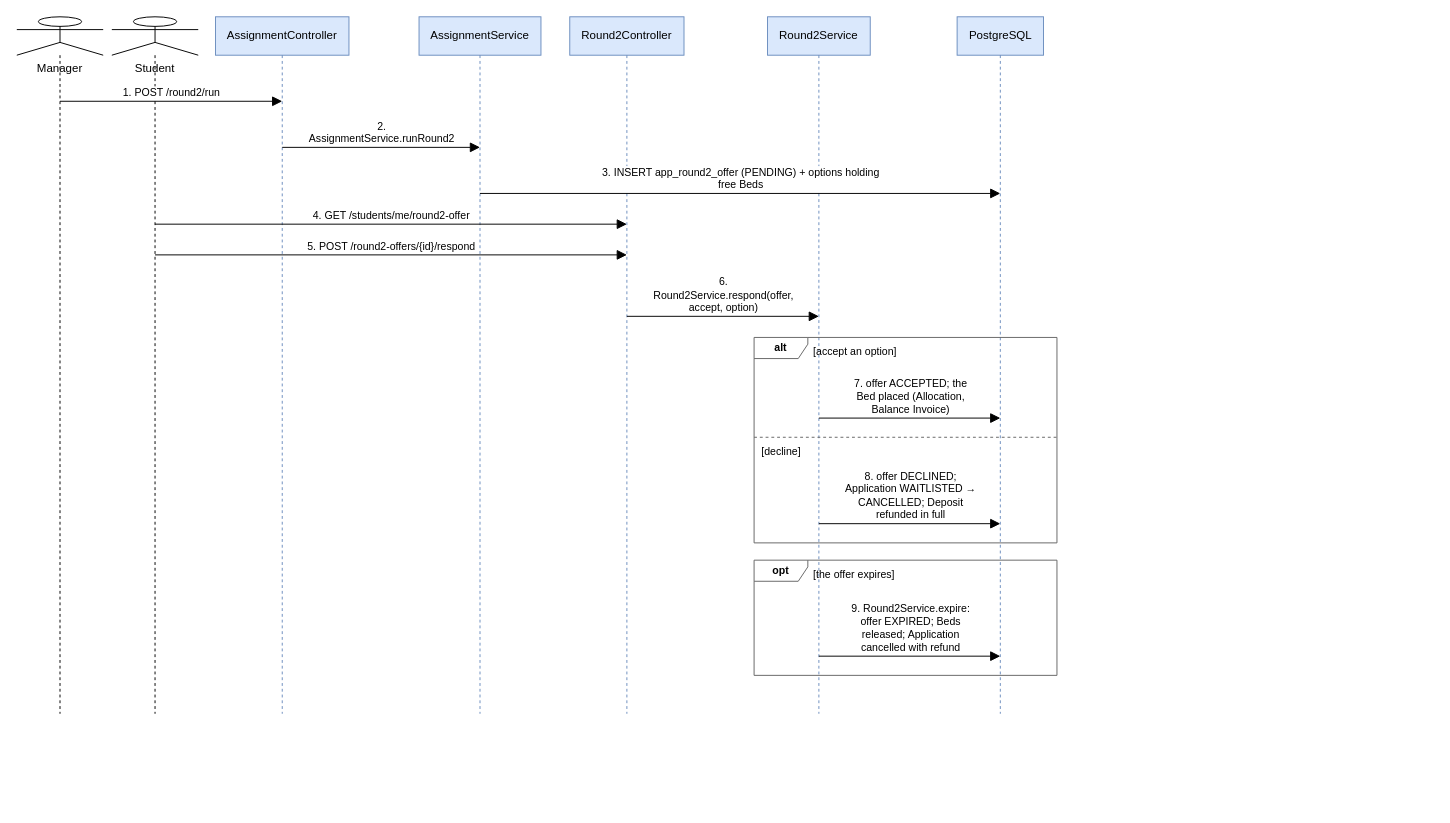
Before: docs/Diagrams/07_Sequence/seq-06-round2-offer.drawio in tisou47/CampusStay-FPT, a draw.io diagram. Source tidied: cells renumbered, new cells numbered last; positions are measured from the earlier drawing's top-left corner, leaving out a move shared by most shapes. Both pictures are drawn from the tidied source at 96%, with x=0, y=0 at pixel (16, 16).
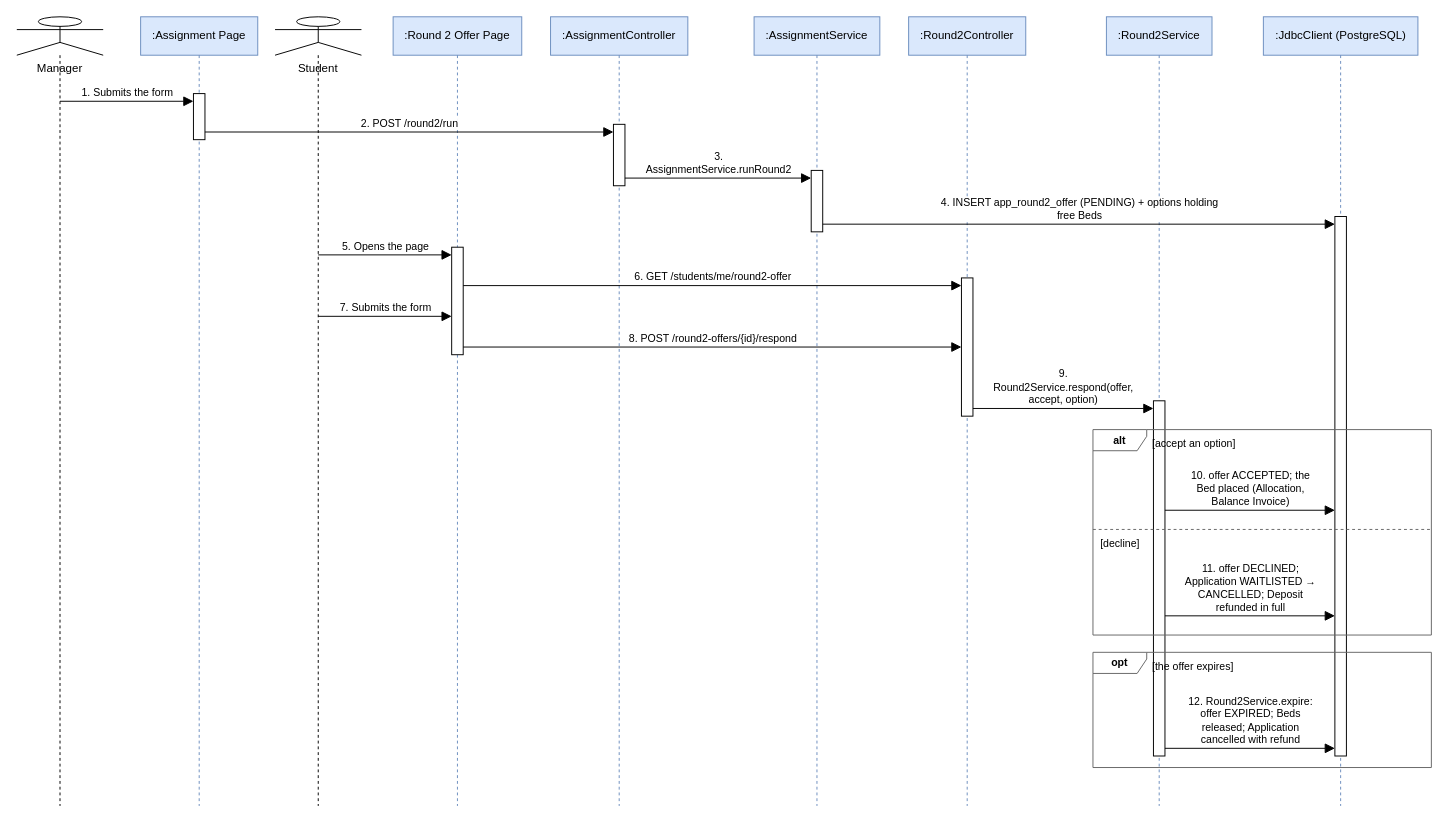
After the change.

What changed in the source:
```diff
@@
     <mxCell id="2" value="Manager" style="shape=umlLifeline;participant=umlActor;perimeter=lifelinePerimeter;size=40;verticalAlign=top;spacingTop=40;html=1;whiteSpace=wrap;fontSize=12;fontFamily=Helvetica;" parent="1" vertex="1">
-      <mxGeometry width="90" height="726" as="geometry" />
+      <mxGeometry width="90" height="822" as="geometry" />
     </mxCell>
+    <mxCell id="24" value=":Assignment Page" style="shape=umlLifeline;perimeter=lifelinePerimeter;size=40;html=1;whiteSpace=wrap;fontSize=12;fontFamily=Helvetica;fillColor=#dae8fc;strokeColor=#6c8ebf;" parent="1" vertex="1">
+      <mxGeometry x="129" width="122" height="822" as="geometry" />
+    </mxCell>
     <mxCell id="3" value="Student" style="shape=umlLifeline;participant=umlActor;perimeter=lifelinePerimeter;size=40;verticalAlign=top;spacingTop=40;html=1;whiteSpace=wrap;fontSize=12;fontFamily=Helvetica;" parent="1" vertex="1">
-      <mxGeometry x="99" width="90" height="726" as="geometry" />
+      <mxGeometry x="269" width="90" height="822" as="geometry" />
     </mxCell>
+    <mxCell id="25" value=":Round 2 Offer Page" style="shape=umlLifeline;perimeter=lifelinePerimeter;size=40;html=1;whiteSpace=wrap;fontSize=12;fontFamily=Helvetica;fillColor=#dae8fc;strokeColor=#6c8ebf;" parent="1" vertex="1">
+      <mxGeometry x="392" width="134" height="822" as="geometry" />
+    </mxCell>
-    <mxCell id="4" value="AssignmentController" style="shape=umlLifeline;perimeter=lifelinePerimeter;size=40;html=1;whiteSpace=wrap;fontSize=12;fontFamily=Helvetica;fillColor=#dae8fc;strokeColor=#6c8ebf;" parent="1" vertex="1">
-      <mxGeometry x="207" width="139" height="726" as="geometry" />
+    <mxCell id="4" value=":AssignmentController" style="shape=umlLifeline;perimeter=lifelinePerimeter;size=40;html=1;whiteSpace=wrap;fontSize=12;fontFamily=Helvetica;fillColor=#dae8fc;strokeColor=#6c8ebf;" parent="1" vertex="1">
+      <mxGeometry x="556" width="143" height="822" as="geometry" />
     </mxCell>
-    <mxCell id="5" value="AssignmentService" style="shape=umlLifeline;perimeter=lifelinePerimeter;size=40;html=1;whiteSpace=wrap;fontSize=12;fontFamily=Helvetica;fillColor=#dae8fc;strokeColor=#6c8ebf;" parent="1" vertex="1">
-      <mxGeometry x="419" width="127" height="726" as="geometry" />
+    <mxCell id="5" value=":AssignmentService" style="shape=umlLifeline;perimeter=lifelinePerimeter;size=40;html=1;whiteSpace=wrap;fontSize=12;fontFamily=Helvetica;fillColor=#dae8fc;strokeColor=#6c8ebf;" parent="1" vertex="1">
+      <mxGeometry x="768" width="131" height="822" as="geometry" />
     </mxCell>
-    <mxCell id="6" value="Round2Controller" style="shape=umlLifeline;perimeter=lifelinePerimeter;size=40;html=1;whiteSpace=wrap;fontSize=12;fontFamily=Helvetica;fillColor=#dae8fc;strokeColor=#6c8ebf;" parent="1" vertex="1">
-      <mxGeometry x="576" width="119" height="726" as="geometry" />
+    <mxCell id="6" value=":Round2Controller" style="shape=umlLifeline;perimeter=lifelinePerimeter;size=40;html=1;whiteSpace=wrap;fontSize=12;fontFamily=Helvetica;fillColor=#dae8fc;strokeColor=#6c8ebf;" parent="1" vertex="1">
+      <mxGeometry x="929" width="122" height="822" as="geometry" />
     </mxCell>
-    <mxCell id="7" value="Round2Service" style="shape=umlLifeline;perimeter=lifelinePerimeter;size=40;html=1;whiteSpace=wrap;fontSize=12;fontFamily=Helvetica;fillColor=#dae8fc;strokeColor=#6c8ebf;" parent="1" vertex="1">
-      <mxGeometry x="782" width="107" height="726" as="geometry" />
+    <mxCell id="7" value=":Round2Service" style="shape=umlLifeline;perimeter=lifelinePerimeter;size=40;html=1;whiteSpace=wrap;fontSize=12;fontFamily=Helvetica;fillColor=#dae8fc;strokeColor=#6c8ebf;" parent="1" vertex="1">
+      <mxGeometry x="1135" width="110" height="822" as="geometry" />
     </mxCell>
-    <mxCell id="8" value="PostgreSQL" style="shape=umlLifeline;perimeter=lifelinePerimeter;size=40;html=1;whiteSpace=wrap;fontSize=12;fontFamily=Helvetica;fillColor=#dae8fc;strokeColor=#6c8ebf;" parent="1" vertex="1">
-      <mxGeometry x="979.5" width="90" height="726" as="geometry" />
+    <mxCell id="8" value=":JdbcClient (PostgreSQL)" style="shape=umlLifeline;perimeter=lifelinePerimeter;size=40;html=1;whiteSpace=wrap;fontSize=12;fontFamily=Helvetica;fillColor=#dae8fc;strokeColor=#6c8ebf;" parent="1" vertex="1">
+      <mxGeometry x="1298.5" width="161" height="822" as="geometry" />
     </mxCell>
-    <mxCell id="9" value="1. POST /round2/run" style="html=1;rounded=1;fontSize=11;fontFamily=Helvetica;labelBackgroundColor=#ffffff;verticalAlign=bottom;endArrow=block;endFill=1;endSize=8;" parent="1" edge="1">
-      <mxGeometry relative="1" as="geometry">
-        <mxPoint x="45" y="88" as="sourcePoint" />
-        <mxPoint x="276.5" y="88" as="targetPoint" />
-      </mxGeometry>
+    <mxCell id="9" style="rounded=0;whiteSpace=wrap;html=1;fillColor=#FFFFFF;strokeColor=#000000;" parent="1" vertex="1">
+      <mxGeometry x="184" y="80" width="12" height="48" as="geometry" />
     </mxCell>
-    <mxCell id="10" value="2.&lt;br&gt;AssignmentService.runRound2" style="html=1;rounded=1;fontSize=11;fontFamily=Helvetica;labelBackgroundColor=#ffffff;verticalAlign=bottom;endArrow=block;endFill=1;endSize=8;" parent="1" edge="1">
-      <mxGeometry relative="1" as="geometry">
-        <mxPoint x="276.5" y="136" as="sourcePoint" />
-        <mxPoint x="482.5" y="136" as="targetPoint" />
-      </mxGeometry>
+    <mxCell id="10" style="rounded=0;whiteSpace=wrap;html=1;fillColor=#FFFFFF;strokeColor=#000000;" parent="1" vertex="1">
+      <mxGeometry x="621.5" y="112" width="12" height="64" as="geometry" />
     </mxCell>
-    <mxCell id="11" value="3. INSERT app_round2_offer (PENDING) + options holding&lt;br&gt;free Beds" style="html=1;rounded=1;fontSize=11;fontFamily=Helvetica;labelBackgroundColor=#ffffff;verticalAlign=bottom;endArrow=block;endFill=1;endSize=8;" parent="1" edge="1">
-      <mxGeometry relative="1" as="geometry">
-        <mxPoint x="482.5" y="184" as="sourcePoint" />
-        <mxPoint x="1024.5" y="184" as="targetPoint" />
-      </mxGeometry>
+    <mxCell id="11" style="rounded=0;whiteSpace=wrap;html=1;fillColor=#FFFFFF;strokeColor=#000000;" parent="1" vertex="1">
+      <mxGeometry x="827.5" y="160" width="12" height="64" as="geometry" />
     </mxCell>
-    <mxCell id="12" value="4. GET /students/me/round2-offer" style="html=1;rounded=1;fontSize=11;fontFamily=Helvetica;labelBackgroundColor=#ffffff;verticalAlign=bottom;endArrow=block;endFill=1;endSize=8;" parent="1" edge="1">
-      <mxGeometry relative="1" as="geometry">
-        <mxPoint x="144" y="216" as="sourcePoint" />
-        <mxPoint x="635.5" y="216" as="targetPoint" />
-      </mxGeometry>
+    <mxCell id="12" style="rounded=0;whiteSpace=wrap;html=1;fillColor=#FFFFFF;strokeColor=#000000;" parent="1" vertex="1">
+      <mxGeometry x="1373" y="208" width="12" height="562" as="geometry" />
     </mxCell>
-    <mxCell id="13" value="5. POST /round2-offers/{id}/respond" style="html=1;rounded=1;fontSize=11;fontFamily=Helvetica;labelBackgroundColor=#ffffff;verticalAlign=bottom;endArrow=block;endFill=1;endSize=8;" parent="1" edge="1">
-      <mxGeometry relative="1" as="geometry">
-        <mxPoint x="144" y="248" as="sourcePoint" />
-        <mxPoint x="635.5" y="248" as="targetPoint" />
-      </mxGeometry>
+    <mxCell id="13" style="rounded=0;whiteSpace=wrap;html=1;fillColor=#FFFFFF;strokeColor=#000000;" parent="1" vertex="1">
+      <mxGeometry x="453" y="240" width="12" height="112" as="geometry" />
     </mxCell>
-    <mxCell id="14" value="6.&lt;br&gt;Round2Service.respond(offer,&lt;br&gt;accept, option)" style="html=1;rounded=1;fontSize=11;fontFamily=Helvetica;labelBackgroundColor=#ffffff;verticalAlign=bottom;endArrow=block;endFill=1;endSize=8;" parent="1" edge="1">
-      <mxGeometry relative="1" as="geometry">
-        <mxPoint x="635.5" y="312" as="sourcePoint" />
-        <mxPoint x="835.5" y="312" as="targetPoint" />
-      </mxGeometry>
+    <mxCell id="14" style="rounded=0;whiteSpace=wrap;html=1;fillColor=#FFFFFF;strokeColor=#000000;" parent="1" vertex="1">
+      <mxGeometry x="984" y="272" width="12" height="144" as="geometry" />
     </mxCell>
-    <mxCell id="15" value="7. offer ACCEPTED; the&lt;br&gt;Bed placed (Allocation,&lt;br&gt;Balance Invoice)" style="html=1;rounded=1;fontSize=11;fontFamily=Helvetica;labelBackgroundColor=#ffffff;verticalAlign=bottom;endArrow=block;endFill=1;endSize=8;" parent="1" edge="1">
-      <mxGeometry relative="1" as="geometry">
-        <mxPoint x="835.5" y="418" as="sourcePoint" />
-        <mxPoint x="1024.5" y="418" as="targetPoint" />
-      </mxGeometry>
+    <mxCell id="15" style="rounded=0;whiteSpace=wrap;html=1;fillColor=#FFFFFF;strokeColor=#000000;" parent="1" vertex="1">
+      <mxGeometry x="1184" y="400" width="12" height="370" as="geometry" />
     </mxCell>
-    <mxCell id="16" value="8. offer DECLINED;&lt;br&gt;Application WAITLISTED →&lt;br&gt;CANCELLED; Deposit&lt;br&gt;refunded in full" style="html=1;rounded=1;fontSize=11;fontFamily=Helvetica;labelBackgroundColor=#ffffff;verticalAlign=bottom;endArrow=block;endFill=1;endSize=8;" parent="1" edge="1">
+    <mxCell id="16" value="1. Submits the form" style="html=1;rounded=1;fontSize=11;fontFamily=Helvetica;labelBackgroundColor=#ffffff;verticalAlign=bottom;endArrow=block;endFill=1;endSize=8;" parent="1" edge="1">
       <mxGeometry relative="1" as="geometry">
-        <mxPoint x="835.5" y="528" as="sourcePoint" />
-        <mxPoint x="1024.5" y="528" as="targetPoint" />
+        <mxPoint x="45" y="88" as="sourcePoint" />
+        <mxPoint x="184" y="88" as="targetPoint" />
       </mxGeometry>
     </mxCell>
-    <mxCell id="17" value="alt" style="shape=umlFrame;whiteSpace=wrap;html=1;width=56;height=22;fontSize=11;fontStyle=1;fillColor=none;strokeColor=#666666;" parent="1" vertex="1">
-      <mxGeometry x="768" y="334" width="315.5" height="214" as="geometry" />
+    <mxCell id="17" value="2. POST /round2/run" style="html=1;rounded=1;fontSize=11;fontFamily=Helvetica;labelBackgroundColor=#ffffff;verticalAlign=bottom;endArrow=block;endFill=1;endSize=8;" parent="1" edge="1">
+      <mxGeometry relative="1" as="geometry">
+        <mxPoint x="196" y="120" as="sourcePoint" />
+        <mxPoint x="621.5" y="120" as="targetPoint" />
+      </mxGeometry>
     </mxCell>
-    <mxCell id="18" value="[accept an option]" style="text;html=1;whiteSpace=wrap;fontSize=12;fontFamily=Helvetica;align=left;verticalAlign=top;fillColor=none;strokeColor=none;fontSize=11;" parent="1" vertex="1">
-      <mxGeometry x="828" y="336" width="118.1" height="20" as="geometry" />
+    <mxCell id="18" value="3.&lt;br&gt;AssignmentService.runRound2" style="html=1;rounded=1;fontSize=11;fontFamily=Helvetica;labelBackgroundColor=#ffffff;verticalAlign=bottom;endArrow=block;endFill=1;endSize=8;" parent="1" edge="1">
+      <mxGeometry relative="1" as="geometry">
+        <mxPoint x="633.5" y="168" as="sourcePoint" />
+        <mxPoint x="827.5" y="168" as="targetPoint" />
+      </mxGeometry>
     </mxCell>
-    <mxCell id="19" style="html=1;rounded=1;fontSize=11;fontFamily=Helvetica;labelBackgroundColor=#ffffff;endArrow=none;dashed=1;strokeColor=#666666;" parent="1" edge="1">
+    <mxCell id="19" value="4. INSERT app_round2_offer (PENDING) + options holding&lt;br&gt;free Beds" style="html=1;rounded=1;fontSize=11;fontFamily=Helvetica;labelBackgroundColor=#ffffff;verticalAlign=bottom;endArrow=block;endFill=1;endSize=8;" parent="1" edge="1">
       <mxGeometry relative="1" as="geometry">
-        <mxPoint x="768" y="438" as="sourcePoint" />
-        <mxPoint x="1083.5" y="438" as="targetPoint" />
+        <mxPoint x="839.5" y="216" as="sourcePoint" />
+        <mxPoint x="1373" y="216" as="targetPoint" />
       </mxGeometry>
     </mxCell>
-    <mxCell id="20" value="[decline]" style="text;html=1;whiteSpace=wrap;fontSize=12;fontFamily=Helvetica;align=left;verticalAlign=top;fillColor=none;strokeColor=none;fontSize=11;" parent="1" vertex="1">
-      <mxGeometry x="774" y="440" width="68" height="20" as="geometry" />
+    <mxCell id="20" value="5. Opens the page" style="html=1;rounded=1;fontSize=11;fontFamily=Helvetica;labelBackgroundColor=#ffffff;verticalAlign=bottom;endArrow=block;endFill=1;endSize=8;" parent="1" edge="1">
+      <mxGeometry relative="1" as="geometry">
+        <mxPoint x="314" y="248" as="sourcePoint" />
+        <mxPoint x="453" y="248" as="targetPoint" />
+      </mxGeometry>
     </mxCell>
-    <mxCell id="21" value="9. Round2Service.expire:&lt;br&gt;offer EXPIRED; Beds&lt;br&gt;released; Application&lt;br&gt;cancelled with refund" style="html=1;rounded=1;fontSize=11;fontFamily=Helvetica;labelBackgroundColor=#ffffff;verticalAlign=bottom;endArrow=block;endFill=1;endSize=8;" parent="1" edge="1">
+    <mxCell id="21" value="6. GET /students/me/round2-offer" style="html=1;rounded=1;fontSize=11;fontFamily=Helvetica;labelBackgroundColor=#ffffff;verticalAlign=bottom;endArrow=block;endFill=1;endSize=8;" parent="1" edge="1">
       <mxGeometry relative="1" as="geometry">
-        <mxPoint x="835.5" y="666" as="sourcePoint" />
-        <mxPoint x="1024.5" y="666" as="targetPoint" />
+        <mxPoint x="465" y="280" as="sourcePoint" />
+        <mxPoint x="984" y="280" as="targetPoint" />
       </mxGeometry>
     </mxCell>
-    <mxCell id="22" value="opt" style="shape=umlFrame;whiteSpace=wrap;html=1;width=56;height=22;fontSize=11;fontStyle=1;fillColor=none;strokeColor=#666666;" parent="1" vertex="1">
-      <mxGeometry x="768" y="566" width="315.5" height="120" as="geometry" />
+    <mxCell id="22" value="7. Submits the form" style="html=1;rounded=1;fontSize=11;fontFamily=Helvetica;labelBackgroundColor=#ffffff;verticalAlign=bottom;endArrow=block;endFill=1;endSize=8;" parent="1" edge="1">
+      <mxGeometry relative="1" as="geometry">
+        <mxPoint x="314" y="312" as="sourcePoint" />
+        <mxPoint x="453" y="312" as="targetPoint" />
+      </mxGeometry>
     </mxCell>
-    <mxCell id="23" value="[the offer expires]" style="text;html=1;whiteSpace=wrap;fontSize=12;fontFamily=Helvetica;align=left;verticalAlign=top;fillColor=none;strokeColor=none;fontSize=11;" parent="1" vertex="1">
-      <mxGeometry x="828" y="568" width="115.8" height="20" as="geometry" />
+    <mxCell id="23" value="8. POST /round2-offers/{id}/respond" style="html=1;rounded=1;fontSize=11;fontFamily=Helvetica;labelBackgroundColor=#ffffff;verticalAlign=bottom;endArrow=block;endFill=1;endSize=8;" parent="1" edge="1">
+      <mxGeometry relative="1" as="geometry">
+        <mxPoint x="465" y="344" as="sourcePoint" />
+        <mxPoint x="984" y="344" as="targetPoint" />
+      </mxGeometry>
     </mxCell>
+    <mxCell id="26" value="9.&lt;br&gt;Round2Service.respond(offer,&lt;br&gt;accept, option)" style="html=1;rounded=1;fontSize=11;fontFamily=Helvetica;labelBackgroundColor=#ffffff;verticalAlign=bottom;endArrow=block;endFill=1;endSize=8;" parent="1" edge="1">
+      <mxGeometry relative="1" as="geometry">
+        <mxPoint x="996" y="408" as="sourcePoint" />
+        <mxPoint x="1184" y="408" as="targetPoint" />
+      </mxGeometry>
+    </mxCell>
+    <mxCell id="27" value="10. offer ACCEPTED; the&lt;br&gt;Bed placed (Allocation,&lt;br&gt;Balance Invoice)" style="html=1;rounded=1;fontSize=11;fontFamily=Helvetica;labelBackgroundColor=#ffffff;verticalAlign=bottom;endArrow=block;endFill=1;endSize=8;" parent="1" edge="1">
+      <mxGeometry relative="1" as="geometry">
+        <mxPoint x="1196" y="514" as="sourcePoint" />
+        <mxPoint x="1373" y="514" as="targetPoint" />
+      </mxGeometry>
+    </mxCell>
+    <mxCell id="28" value="11. offer DECLINED;&lt;br&gt;Application WAITLISTED →&lt;br&gt;CANCELLED; Deposit&lt;br&gt;refunded in full" style="html=1;rounded=1;fontSize=11;fontFamily=Helvetica;labelBackgroundColor=#ffffff;verticalAlign=bottom;endArrow=block;endFill=1;endSize=8;" parent="1" edge="1">
+      <mxGeometry relative="1" as="geometry">
+        <mxPoint x="1196" y="624" as="sourcePoint" />
+        <mxPoint x="1373" y="624" as="targetPoint" />
+      </mxGeometry>
+    </mxCell>
+    <mxCell id="29" value="alt" style="shape=umlFrame;whiteSpace=wrap;html=1;width=56;height=22;fontSize=11;fontStyle=1;fillColor=none;strokeColor=#666666;" parent="1" vertex="1">
+      <mxGeometry x="1121" y="430" width="352.5" height="214" as="geometry" />
+    </mxCell>
+    <mxCell id="30" value="[accept an option]" style="text;html=1;whiteSpace=wrap;fontSize=12;fontFamily=Helvetica;align=left;verticalAlign=top;fillColor=none;strokeColor=none;fontSize=11;" parent="1" vertex="1">
+      <mxGeometry x="1181" y="432" width="118.1" height="20" as="geometry" />
+    </mxCell>
+    <mxCell id="31" style="html=1;rounded=1;fontSize=11;fontFamily=Helvetica;labelBackgroundColor=#ffffff;endArrow=none;dashed=1;strokeColor=#666666;" parent="1" edge="1">
+      <mxGeometry relative="1" as="geometry">
+        <mxPoint x="1121" y="534" as="sourcePoint" />
+        <mxPoint x="1473.5" y="534" as="targetPoint" />
+      </mxGeometry>
+    </mxCell>
+    <mxCell id="32" value="[decline]" style="text;html=1;whiteSpace=wrap;fontSize=12;fontFamily=Helvetica;align=left;verticalAlign=top;fillColor=none;strokeColor=none;fontSize=11;" parent="1" vertex="1">
+      <mxGeometry x="1127" y="536" width="68" height="20" as="geometry" />
+    </mxCell>
+    <mxCell id="33" value="12. Round2Service.expire:&lt;br&gt;offer EXPIRED; Beds&lt;br&gt;released; Application&lt;br&gt;cancelled with refund" style="html=1;rounded=1;fontSize=11;fontFamily=Helvetica;labelBackgroundColor=#ffffff;verticalAlign=bottom;endArrow=block;endFill=1;endSize=8;" parent="1" edge="1">
+      <mxGeometry relative="1" as="geometry">
+        <mxPoint x="1196" y="762" as="sourcePoint" />
+        <mxPoint x="1373" y="762" as="targetPoint" />
+      </mxGeometry>
+    </mxCell>
+    <mxCell id="34" value="opt" style="shape=umlFrame;whiteSpace=wrap;html=1;width=56;height=22;fontSize=11;fontStyle=1;fillColor=none;strokeColor=#666666;" parent="1" vertex="1">
+      <mxGeometry x="1121" y="662" width="352.5" height="120" as="geometry" />
+    </mxCell>
+    <mxCell id="35" value="[the offer expires]" style="text;html=1;whiteSpace=wrap;fontSize=12;fontFamily=Helvetica;align=left;verticalAlign=top;fillColor=none;strokeColor=none;fontSize=11;" parent="1" vertex="1">
+      <mxGeometry x="1181" y="664" width="115.8" height="20" as="geometry" />
+    </mxCell>
```
